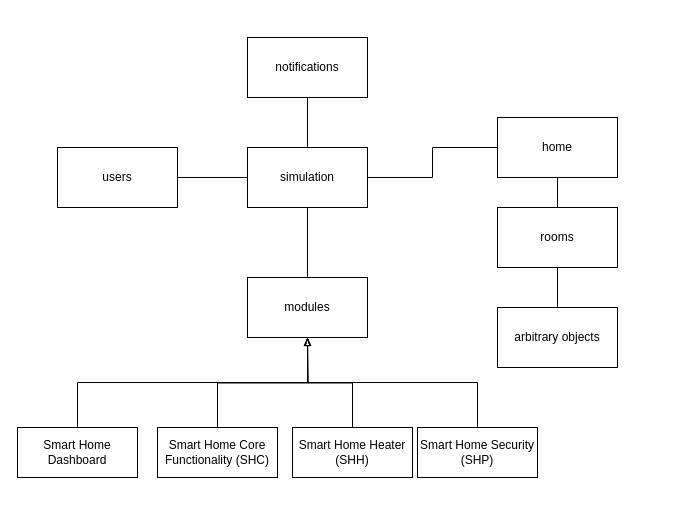
Above: page "domain model" (1 of 3) of homeSysDiagrams.drawio in DGovi/soen343house (draw.io), before the change. Source tidied: cells renumbered, new cells numbered last; positions are measured from the earlier drawing's top-left corner, leaving out a move shared by most shapes. Both pictures are drawn from the tidied source at 100%, with x=0, y=0 at pixel (17, 37).
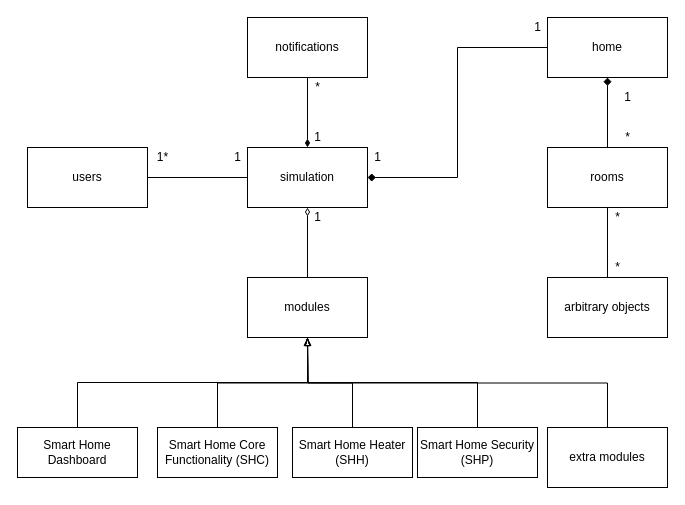
The same page after the edit.

Unchanged cells that the change refers to:
```xml
<mxCell id="6" value="simulation" style="rounded=0;whiteSpace=wrap;html=1;" parent="1" vertex="1">
  <mxGeometry x="230" y="110" width="120" height="60" as="geometry" />
</mxCell>
<mxCell id="9" value="modules" style="rounded=0;whiteSpace=wrap;html=1;" parent="1" vertex="1">
  <mxGeometry x="230" y="240" width="120" height="60" as="geometry" />
</mxCell>
```

What changed in the source:
```diff
@@
     <mxCell id="2" value="users" style="rounded=0;whiteSpace=wrap;html=1;" parent="1" vertex="1">
-      <mxGeometry x="40" y="110" width="120" height="60" as="geometry" />
+      <mxGeometry x="10" y="110" width="120" height="60" as="geometry" />
     </mxCell>
-    <mxCell id="3" style="edgeStyle=orthogonalEdgeStyle;rounded=0;jettySize=auto;html=1;exitX=0.5;exitY=1;exitDx=0;exitDy=0;entryX=0.5;entryY=0;entryDx=0;entryDy=0;endArrow=none;endFill=0;" parent="1" edge="1" source="6" target="9">
+    <mxCell id="3" style="edgeStyle=orthogonalEdgeStyle;rounded=0;jettySize=auto;html=1;exitX=0.5;exitY=1;exitDx=0;exitDy=0;entryX=0.5;entryY=0;entryDx=0;entryDy=0;endArrow=none;endFill=0;startArrow=diamondThin;startFill=0;" parent="1" edge="1" source="6" target="9">
       <mxGeometry relative="1" as="geometry" />
     </mxCell>
@@
-    <mxCell id="5" style="edgeStyle=orthogonalEdgeStyle;rounded=0;jettySize=auto;html=1;exitX=1;exitY=0.5;exitDx=0;exitDy=0;entryX=0;entryY=0.5;entryDx=0;entryDy=0;endArrow=none;endFill=0;" parent="1" edge="1" source="6" target="22">
+    <mxCell id="5" style="edgeStyle=orthogonalEdgeStyle;rounded=0;jettySize=auto;html=1;exitX=1;exitY=0.5;exitDx=0;exitDy=0;entryX=0;entryY=0.5;entryDx=0;entryDy=0;endArrow=none;endFill=0;startArrow=diamond;startFill=1;" parent="1" edge="1" source="6" target="22">
       <mxGeometry relative="1" as="geometry" />
     </mxCell>
@@
-    <mxCell id="7" style="edgeStyle=orthogonalEdgeStyle;rounded=0;jettySize=auto;html=1;exitX=0.5;exitY=1;exitDx=0;exitDy=0;entryX=0.5;entryY=0;entryDx=0;entryDy=0;endArrow=none;endFill=0;" parent="1" edge="1" source="8" target="6">
+    <mxCell id="7" style="edgeStyle=orthogonalEdgeStyle;rounded=0;jettySize=auto;html=1;exitX=0.5;exitY=1;exitDx=0;exitDy=0;entryX=0.5;entryY=0;entryDx=0;entryDy=0;endArrow=diamondThin;endFill=1;startArrow=none;startFill=0;" parent="1" edge="1" source="8" target="6">
       <mxGeometry relative="1" as="geometry" />
     </mxCell>
     <mxCell id="8" value="notifications" style="rounded=0;whiteSpace=wrap;html=1;" parent="1" vertex="1">
-      <mxGeometry x="230" width="120" height="60" as="geometry" />
+      <mxGeometry x="230" y="-20" width="120" height="60" as="geometry" />
     </mxCell>
@@
     <mxCell id="18" value="rooms" style="whiteSpace=wrap;html=1;" parent="1" vertex="1">
-      <mxGeometry x="480" y="170" width="120" height="60" as="geometry" />
+      <mxGeometry x="530" y="110" width="120" height="60" as="geometry" />
     </mxCell>
@@
     <mxCell id="20" value="arbitrary objects" style="whiteSpace=wrap;html=1;" parent="1" vertex="1">
-      <mxGeometry x="480" y="270" width="120" height="60" as="geometry" />
+      <mxGeometry x="530" y="240" width="120" height="60" as="geometry" />
     </mxCell>
-    <mxCell id="21" style="edgeStyle=orthogonalEdgeStyle;rounded=0;jettySize=auto;html=1;exitX=0.5;exitY=1;exitDx=0;exitDy=0;entryX=0.5;entryY=0;entryDx=0;entryDy=0;endArrow=none;endFill=0;" parent="1" edge="1" source="22" target="18">
+    <mxCell id="21" style="edgeStyle=orthogonalEdgeStyle;rounded=0;jettySize=auto;html=1;exitX=0.5;exitY=1;exitDx=0;exitDy=0;entryX=0.5;entryY=0;entryDx=0;entryDy=0;endArrow=none;endFill=0;startArrow=diamond;startFill=1;" parent="1" edge="1" source="22" target="18">
       <mxGeometry relative="1" as="geometry" />
     </mxCell>
     <mxCell id="22" value="home" style="whiteSpace=wrap;html=1;" parent="1" vertex="1">
-      <mxGeometry x="480" y="80" width="120" height="60" as="geometry" />
+      <mxGeometry x="530" y="-20" width="120" height="60" as="geometry" />
     </mxCell>
+    <mxCell id="23" style="edgeStyle=orthogonalEdgeStyle;rounded=0;jettySize=auto;html=1;exitX=0.5;exitY=0;exitDx=0;exitDy=0;endArrow=blockThin;endFill=0;" parent="1" edge="1" source="24">
+      <mxGeometry relative="1" as="geometry">
+        <mxPoint x="290" y="300" as="targetPoint" />
+      </mxGeometry>
+    </mxCell>
+    <mxCell id="24" value="extra modules" style="whiteSpace=wrap;html=1;" parent="1" vertex="1">
+      <mxGeometry x="530" y="390" width="120" height="60" as="geometry" />
+    </mxCell>
+    <mxCell id="25" value="1*" style="text;html=1;align=center;verticalAlign=middle;" parent="1" vertex="1">
+      <mxGeometry x="130" y="110" width="30" height="20" as="geometry" />
+    </mxCell>
+    <mxCell id="26" value="1" style="text;html=1;align=center;verticalAlign=middle;" parent="1" vertex="1">
+      <mxGeometry x="210" y="110" width="20" height="20" as="geometry" />
+    </mxCell>
+    <mxCell id="27" value="*" style="text;html=1;align=center;verticalAlign=middle;" parent="1" vertex="1">
+      <mxGeometry x="290" y="40" width="20" height="20" as="geometry" />
+    </mxCell>
+    <mxCell id="28" value="1" style="text;html=1;align=center;verticalAlign=middle;" parent="1" vertex="1">
+      <mxGeometry x="290" y="170" width="20" height="20" as="geometry" />
+    </mxCell>
+    <mxCell id="29" value="1" style="text;html=1;align=center;verticalAlign=middle;" parent="1" vertex="1">
+      <mxGeometry x="290" y="90" width="20" height="20" as="geometry" />
+    </mxCell>
+    <mxCell id="30" value="1" style="text;html=1;align=center;verticalAlign=middle;" parent="1" vertex="1">
+      <mxGeometry x="350" y="110" width="20" height="20" as="geometry" />
+    </mxCell>
+    <mxCell id="31" value="1" style="text;html=1;align=center;verticalAlign=middle;" parent="1" vertex="1">
+      <mxGeometry x="510" y="-20" width="20" height="20" as="geometry" />
+    </mxCell>
+    <mxCell id="32" value="1" style="text;html=1;align=center;verticalAlign=middle;" parent="1" vertex="1">
+      <mxGeometry x="600" y="50" width="20" height="20" as="geometry" />
+    </mxCell>
+    <mxCell id="33" value="*" style="text;html=1;align=center;verticalAlign=middle;" parent="1" vertex="1">
+      <mxGeometry x="600" y="90" width="20" height="20" as="geometry" />
+    </mxCell>
+    <mxCell id="34" value="*" style="text;html=1;align=center;verticalAlign=middle;" parent="1" vertex="1">
+      <mxGeometry x="590" y="170" width="20" height="20" as="geometry" />
+    </mxCell>
+    <mxCell id="35" value="*" style="text;html=1;align=center;verticalAlign=middle;" parent="1" vertex="1">
+      <mxGeometry x="590" y="220" width="20" height="20" as="geometry" />
+    </mxCell>
```
